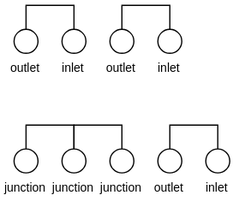
This is specification/source/img/linkage_connect_junction.svg from lbl-srg/ctrl-flow, a draw.io export, as it was before one commit. Source tidied: cells renumbered, new cells last; positions are measured from the earlier drawing's top-left corner, leaving out a move shared by most shapes.
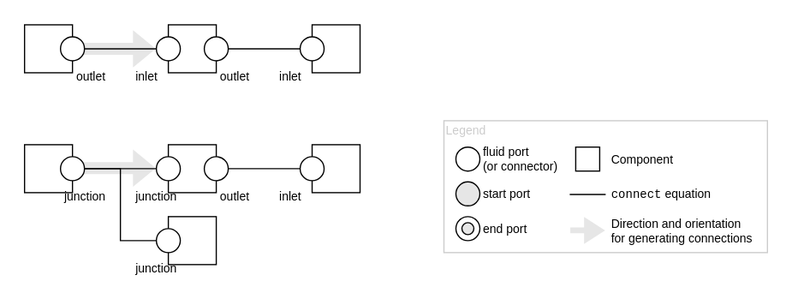
After the commit.

The edit, as a diff of the source:
```diff
@@ -2,47 +2,116 @@
   <root>
     <mxCell id="0" />
     <mxCell id="1" parent="0" />
-    <mxCell id="2" style="edgeStyle=orthogonalEdgeStyle;rounded=0;jettySize=auto;html=1;exitX=0.5;exitY=0;exitDx=0;exitDy=0;entryX=0.5;entryY=0;entryDx=0;entryDy=0;endArrow=none;endFill=0;" parent="1" edge="1" source="3" target="4">
-      <mxGeometry relative="1" as="geometry" />
+    <mxCell id="2" style="shape=flexArrow;endArrow=classic;html=1;fontSize=10;fillColor=#E6E6E6;strokeColor=none;" parent="1" edge="1">
+      <mxGeometry relative="1" as="geometry">
+        <mxPoint x="-40" y="109.5" as="sourcePoint" />
+        <mxPoint x="40" y="109.5" as="targetPoint" />
+      </mxGeometry>
     </mxCell>
-    <mxCell id="3" value="outlet" style="ellipse;whiteSpace=wrap;html=1;fontSize=10;labelPosition=center;verticalLabelPosition=bottom;align=center;verticalAlign=top;" parent="1" vertex="1">
-      <mxGeometry width="20" height="20" as="geometry" />
+    <mxCell id="3" style="shape=flexArrow;endArrow=classic;html=1;fontSize=10;fillColor=#E6E6E6;strokeColor=none;" parent="1" edge="1">
+      <mxGeometry relative="1" as="geometry">
+        <mxPoint x="-40" y="10" as="sourcePoint" />
+        <mxPoint x="40" y="10" as="targetPoint" />
+      </mxGeometry>
     </mxCell>
-    <mxCell id="4" value="inlet" style="ellipse;whiteSpace=wrap;html=1;fontSize=10;labelPosition=center;verticalLabelPosition=bottom;align=center;verticalAlign=top;" parent="1" vertex="1">
-      <mxGeometry x="40" width="20" height="20" as="geometry" />
+    <mxCell id="4" style="whiteSpace=wrap;html=1;" parent="1" vertex="1">
+      <mxGeometry x="170" y="90" width="40" height="40" as="geometry" />
     </mxCell>
-    <mxCell id="5" style="edgeStyle=orthogonalEdgeStyle;rounded=0;jettySize=auto;html=1;exitX=0.5;exitY=0;exitDx=0;exitDy=0;entryX=0.5;entryY=0;entryDx=0;entryDy=0;endArrow=none;endFill=0;" parent="1" edge="1" source="6" target="7">
-      <mxGeometry relative="1" as="geometry" />
+    <mxCell id="5" style="whiteSpace=wrap;html=1;" parent="1" vertex="1">
+      <mxGeometry x="-70" y="90" width="40" height="40" as="geometry" />
     </mxCell>
-    <mxCell id="6" value="outlet" style="ellipse;whiteSpace=wrap;html=1;fontSize=10;labelPosition=center;verticalLabelPosition=bottom;align=center;verticalAlign=top;" parent="1" vertex="1">
-      <mxGeometry x="80" width="20" height="20" as="geometry" />
+    <mxCell id="6" style="whiteSpace=wrap;html=1;" parent="1" vertex="1">
+      <mxGeometry x="170" y="-10" width="40" height="40" as="geometry" />
     </mxCell>
-    <mxCell id="7" value="inlet" style="ellipse;whiteSpace=wrap;html=1;fontSize=10;labelPosition=center;verticalLabelPosition=bottom;align=center;verticalAlign=top;" parent="1" vertex="1">
-      <mxGeometry x="120" width="20" height="20" as="geometry" />
+    <mxCell id="7" style="whiteSpace=wrap;html=1;" parent="1" vertex="1">
+      <mxGeometry x="-70" y="-10" width="40" height="40" as="geometry" />
     </mxCell>
-    <mxCell id="8" style="edgeStyle=orthogonalEdgeStyle;rounded=0;jettySize=auto;html=1;exitX=0.5;exitY=0;exitDx=0;exitDy=0;entryX=0.5;entryY=0;entryDx=0;entryDy=0;endArrow=none;endFill=0;" parent="1" edge="1" source="9" target="11">
-      <mxGeometry relative="1" as="geometry" />
+    <mxCell id="8" style="whiteSpace=wrap;html=1;" parent="1" vertex="1">
+      <mxGeometry x="50" y="-10" width="40" height="40" as="geometry" />
     </mxCell>
-    <mxCell id="9" value="junction" style="ellipse;whiteSpace=wrap;html=1;fontSize=10;labelPosition=center;verticalLabelPosition=bottom;align=center;verticalAlign=top;" parent="1" vertex="1">
-      <mxGeometry y="100" width="20" height="20" as="geometry" />
+    <mxCell id="9" style="edgeStyle=orthogonalEdgeStyle;rounded=0;jettySize=auto;html=1;exitX=1;exitY=0.5;exitDx=0;exitDy=0;entryX=0;entryY=0.5;entryDx=0;entryDy=0;endArrow=none;endFill=0;" parent="1" edge="1" source="10" target="11">
+      <mxGeometry relative="1" as="geometry" />
     </mxCell>
-    <mxCell id="10" style="edgeStyle=orthogonalEdgeStyle;rounded=0;jettySize=auto;html=1;exitX=0.5;exitY=0;exitDx=0;exitDy=0;entryX=0.5;entryY=0;entryDx=0;entryDy=0;endArrow=none;endFill=0;" parent="1" edge="1" source="11" target="12">
-      <mxGeometry relative="1" as="geometry" />
+    <mxCell id="10" value="outlet" style="ellipse;whiteSpace=wrap;html=1;fontSize=10;labelPosition=right;verticalLabelPosition=bottom;align=right;verticalAlign=top;" parent="1" vertex="1">
+      <mxGeometry x="-40" width="20" height="20" as="geometry" />
     </mxCell>
-    <mxCell id="11" value="junction" style="ellipse;whiteSpace=wrap;html=1;fontSize=10;labelPosition=center;verticalLabelPosition=bottom;align=center;verticalAlign=top;" parent="1" vertex="1">
-      <mxGeometry x="40" y="100" width="20" height="20" as="geometry" />
+    <mxCell id="11" value="inlet" style="ellipse;whiteSpace=wrap;html=1;fontSize=10;labelPosition=left;verticalLabelPosition=bottom;align=left;verticalAlign=top;" parent="1" vertex="1">
+      <mxGeometry x="40" width="20" height="20" as="geometry" />
     </mxCell>
-    <mxCell id="12" value="junction" style="ellipse;whiteSpace=wrap;html=1;fontSize=10;labelPosition=center;verticalLabelPosition=bottom;align=center;verticalAlign=top;" parent="1" vertex="1">
-      <mxGeometry x="80" y="100" width="20" height="20" as="geometry" />
+    <mxCell id="12" style="edgeStyle=orthogonalEdgeStyle;rounded=0;jettySize=auto;html=1;exitX=1;exitY=0.5;exitDx=0;exitDy=0;entryX=0;entryY=0.5;entryDx=0;entryDy=0;endArrow=none;endFill=0;" parent="1" edge="1" source="13" target="14">
+      <mxGeometry relative="1" as="geometry" />
     </mxCell>
-    <mxCell id="13" style="edgeStyle=orthogonalEdgeStyle;rounded=0;jettySize=auto;html=1;exitX=0.5;exitY=0;exitDx=0;exitDy=0;entryX=0.5;entryY=0;entryDx=0;entryDy=0;endArrow=none;endFill=0;" parent="1" edge="1" source="14" target="15">
-      <mxGeometry relative="1" as="geometry" />
+    <mxCell id="13" value="outlet" style="ellipse;whiteSpace=wrap;html=1;fontSize=10;labelPosition=right;verticalLabelPosition=bottom;align=right;verticalAlign=top;" parent="1" vertex="1">
+      <mxGeometry x="80" width="20" height="20" as="geometry" />
     </mxCell>
-    <mxCell id="14" value="outlet" style="ellipse;whiteSpace=wrap;html=1;fontSize=10;labelPosition=center;verticalLabelPosition=bottom;align=center;verticalAlign=top;" parent="1" vertex="1">
-      <mxGeometry x="120" y="100" width="20" height="20" as="geometry" />
+    <mxCell id="14" value="inlet" style="ellipse;whiteSpace=wrap;html=1;fontSize=10;labelPosition=left;verticalLabelPosition=bottom;align=left;verticalAlign=top;" parent="1" vertex="1">
+      <mxGeometry x="160" width="20" height="20" as="geometry" />
     </mxCell>
-    <mxCell id="15" value="inlet" style="ellipse;whiteSpace=wrap;html=1;fontSize=10;labelPosition=center;verticalLabelPosition=bottom;align=center;verticalAlign=top;" parent="1" vertex="1">
-      <mxGeometry x="160" y="100" width="20" height="20" as="geometry" />
+    <mxCell id="15" style="edgeStyle=orthogonalEdgeStyle;rounded=0;jettySize=auto;html=1;exitX=1;exitY=0.5;exitDx=0;exitDy=0;entryX=0;entryY=0.5;entryDx=0;entryDy=0;endArrow=none;endFill=0;" parent="1" edge="1" source="17" target="21">
+      <mxGeometry relative="1" as="geometry" />
     </mxCell>
+    <mxCell id="16" style="edgeStyle=orthogonalEdgeStyle;rounded=0;jettySize=auto;html=1;exitX=1;exitY=0.5;exitDx=0;exitDy=0;entryX=0;entryY=0.5;entryDx=0;entryDy=0;endArrow=none;endFill=0;" parent="1" edge="1" source="17" target="22">
+      <mxGeometry relative="1" as="geometry" />
+    </mxCell>
+    <mxCell id="17" value="junction" style="ellipse;whiteSpace=wrap;html=1;fontSize=10;labelPosition=right;verticalLabelPosition=bottom;align=right;verticalAlign=top;" parent="1" vertex="1">
+      <mxGeometry x="-40" y="100" width="20" height="20" as="geometry" />
+    </mxCell>
+    <mxCell id="18" value="inlet" style="ellipse;whiteSpace=wrap;html=1;fontSize=10;labelPosition=left;verticalLabelPosition=bottom;align=left;verticalAlign=top;" parent="1" vertex="1">
+      <mxGeometry x="160" y="100" width="20" height="20" as="geometry" />
+    </mxCell>
+    <mxCell id="19" style="whiteSpace=wrap;html=1;" parent="1" vertex="1">
+      <mxGeometry x="50" y="90" width="40" height="40" as="geometry" />
+    </mxCell>
+    <mxCell id="20" style="whiteSpace=wrap;html=1;" parent="1" vertex="1">
+      <mxGeometry x="50" y="150" width="40" height="40" as="geometry" />
+    </mxCell>
+    <mxCell id="21" value="junction" style="ellipse;whiteSpace=wrap;html=1;fontSize=10;labelPosition=left;verticalLabelPosition=bottom;align=left;verticalAlign=top;" parent="1" vertex="1">
+      <mxGeometry x="40" y="100" width="20" height="20" as="geometry" />
+    </mxCell>
+    <mxCell id="22" value="junction" style="ellipse;whiteSpace=wrap;html=1;fontSize=10;labelPosition=left;verticalLabelPosition=bottom;align=left;verticalAlign=top;" parent="1" vertex="1">
+      <mxGeometry x="40" y="160" width="20" height="20" as="geometry" />
+    </mxCell>
+    <mxCell id="23" style="edgeStyle=orthogonalEdgeStyle;rounded=0;jettySize=auto;html=1;exitX=1;exitY=0.5;exitDx=0;exitDy=0;entryX=0;entryY=0.5;entryDx=0;entryDy=0;endArrow=none;endFill=0;" parent="1" edge="1" source="24" target="18">
+      <mxGeometry relative="1" as="geometry" />
+    </mxCell>
+    <mxCell id="24" value="outlet" style="ellipse;whiteSpace=wrap;html=1;fontSize=10;labelPosition=right;verticalLabelPosition=bottom;align=right;verticalAlign=top;" parent="1" vertex="1">
+      <mxGeometry x="80" y="100" width="20" height="20" as="geometry" />
+    </mxCell>
+    <mxCell id="25" style="group;" parent="1" vertex="1">
+      <mxGeometry x="280" y="70" width="270" height="110" as="geometry" />
+    </mxCell>
+    <mxCell id="26" value="&lt;div style=&quot;text-align: center&quot;&gt;&lt;span style=&quot;white-space: nowrap ; background-color: rgb(255 , 255 , 255)&quot;&gt;start port&lt;/span&gt;&lt;/div&gt;" style="ellipse;whiteSpace=wrap;html=1;fontSize=10;labelPosition=right;verticalLabelPosition=middle;align=left;verticalAlign=middle;fillColor=#E6E6E6;" parent="25" vertex="1">
+      <mxGeometry x="10" y="51" width="20" height="20" as="geometry" />
+    </mxCell>
+    <mxCell id="27" value="&lt;div style=&quot;text-align: center&quot;&gt;&lt;span style=&quot;white-space: nowrap ; background-color: rgb(255 , 255 , 255)&quot;&gt;end port&lt;/span&gt;&lt;/div&gt;" style="ellipse;whiteSpace=wrap;html=1;fontSize=10;labelPosition=right;verticalLabelPosition=middle;align=left;verticalAlign=middle;fillColor=#FFFFFF;" parent="25" vertex="1">
+      <mxGeometry x="10" y="80" width="20" height="20" as="geometry" />
+    </mxCell>
+    <mxCell id="28" value="&lt;div&gt;&lt;span style=&quot;white-space: nowrap ; background-color: rgb(255 , 255 , 255)&quot;&gt;fluid port&lt;/span&gt;&lt;/div&gt;&lt;div&gt;&lt;span style=&quot;white-space: nowrap ; background-color: rgb(255 , 255 , 255)&quot;&gt;(or connector)&lt;/span&gt;&lt;/div&gt;" style="ellipse;whiteSpace=wrap;html=1;fontSize=10;labelPosition=right;verticalLabelPosition=middle;align=left;verticalAlign=middle;" parent="25" vertex="1">
+      <mxGeometry x="10" y="22" width="20" height="20" as="geometry" />
+    </mxCell>
+    <mxCell id="29" value="Direction and orientation&lt;br&gt;for generating connections" style="shape=flexArrow;endArrow=classic;html=1;fontSize=10;fillColor=#E6E6E6;strokeColor=none;width=4.827586206896552;endSize=5.50344827586207;endWidth=16.67063020214031;labelPosition=right;verticalLabelPosition=middle;align=left;verticalAlign=middle;spacingRight=0;spacingLeft=3;" parent="25" edge="1">
+      <mxGeometry x="1" relative="1" as="geometry">
+        <mxPoint x="105" y="91.5" as="sourcePoint" />
+        <mxPoint x="135" y="91.5" as="targetPoint" />
+      </mxGeometry>
+    </mxCell>
+    <mxCell id="30" value="&lt;font face=&quot;Courier New&quot;&gt;connect&lt;/font&gt; equation" style="endArrow=none;html=1;strokeColor=#000000;fillColor=#E6E6E6;fontSize=10;fontColor=#000000;labelPosition=right;verticalLabelPosition=middle;align=left;verticalAlign=middle;spacingLeft=3;" parent="25" edge="1">
+      <mxGeometry x="1" relative="1" as="geometry">
+        <mxPoint x="105" y="61.5" as="sourcePoint" />
+        <mxPoint x="135" y="61.5" as="targetPoint" />
+      </mxGeometry>
+    </mxCell>
+    <mxCell id="31" value="&lt;div style=&quot;text-align: center&quot;&gt;&lt;br&gt;&lt;/div&gt;" style="ellipse;whiteSpace=wrap;html=1;fontSize=10;labelPosition=right;verticalLabelPosition=middle;align=left;verticalAlign=middle;fillColor=#E6E6E6;" parent="25" vertex="1">
+      <mxGeometry x="15" y="85" width="10" height="10" as="geometry" />
+    </mxCell>
+    <mxCell id="32" value="Component" style="whiteSpace=wrap;html=1;labelPosition=right;verticalLabelPosition=middle;align=left;verticalAlign=middle;fontSize=10;spacingLeft=7;" parent="25" vertex="1">
+      <mxGeometry x="110" y="22" width="20" height="20" as="geometry" />
+    </mxCell>
+    <mxCell id="33" style="rounded=0;whiteSpace=wrap;html=1;fontSize=10;align=left;fillColor=none;strokeColor=#CCCCCC;" parent="25" vertex="1">
+      <mxGeometry width="270" height="110" as="geometry" />
+    </mxCell>
+    <mxCell id="34" value="Legend" style="text;html=1;align=left;verticalAlign=top;spacingTop=-4;fontSize=10;fontColor=#CCCCCC;" parent="25" vertex="1">
+      <mxGeometry width="50" height="10" as="geometry" />
+    </mxCell>
   </root>
 </mxGraphModel>
```
